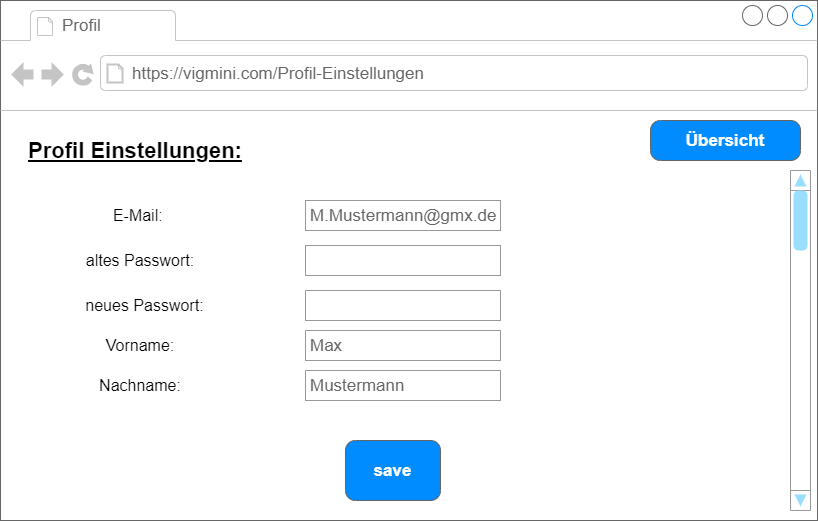
Earlier version of the draw.io export Dokumente/Rescourcen/Mockups/Acc-Einstellungen.png (Pixelherz23/V.I.G-Mini). Source tidied: cells renumbered, new cells last; positions are measured from the earlier drawing's top-left corner, leaving out a move shared by most shapes.
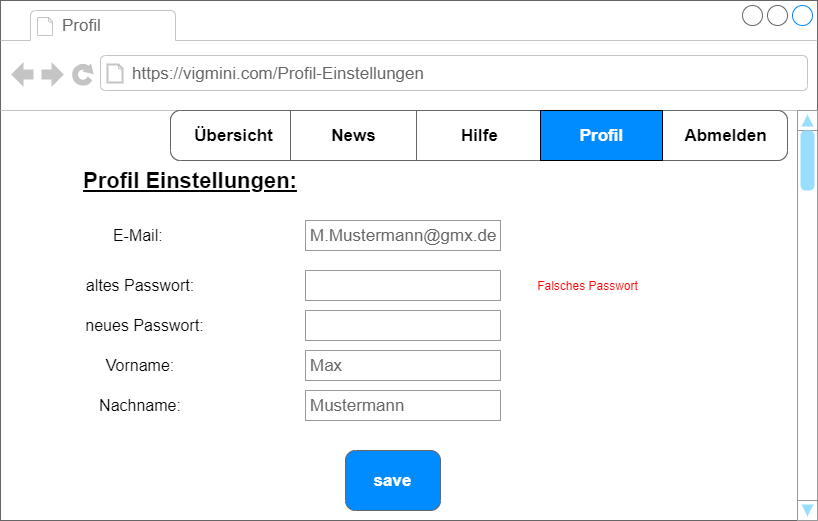
The same file after the commit.

What changed in the source:
```diff
@@ -11,56 +11,73 @@
     <mxCell id="4" value="https://vigmini.com/Profil-Einstellungen" style="strokeWidth=1;shadow=0;dashed=0;align=center;html=1;shape=mxgraph.mockup.containers.anchor;rSize=0;fontSize=17;fontColor=#666666;align=left;" parent="2" vertex="1">
       <mxGeometry x="130" y="60" width="250" height="26" as="geometry" />
     </mxCell>
-    <mxCell id="5" value="Übersicht" style="strokeWidth=1;shadow=0;dashed=0;align=center;html=1;shape=mxgraph.mockup.buttons.button;strokeColor=#666666;fontColor=#ffffff;mainText=;buttonStyle=round;fontSize=17;fontStyle=1;fillColor=#008cff;whiteSpace=wrap;" parent="2" vertex="1">
-      <mxGeometry x="650" y="120" width="150" height="40" as="geometry" />
-    </mxCell>
     <mxCell id="6" style="verticalLabelPosition=bottom;shadow=0;dashed=0;align=center;html=1;verticalAlign=top;strokeWidth=1;shape=mxgraph.mockup.navigation.scrollBar;strokeColor=#999999;barPos=100;fillColor2=#99ddff;strokeColor2=none;direction=north;fontSize=16;" parent="2" vertex="1">
-      <mxGeometry x="790" y="170" width="20" height="340" as="geometry" />
+      <mxGeometry x="797" y="110" width="20" height="410" as="geometry" />
     </mxCell>
     <mxCell id="7" value="&lt;font style=&quot;font-size: 22px&quot;&gt;&lt;b&gt;&lt;u&gt;Profil Einstellungen:&lt;/u&gt;&lt;/b&gt;&lt;/font&gt;" style="text;html=1;strokeColor=none;fillColor=none;align=center;verticalAlign=middle;whiteSpace=wrap;rounded=0;fontSize=16;" parent="2" vertex="1">
-      <mxGeometry x="20" y="140" width="230" height="20" as="geometry" />
+      <mxGeometry x="75" y="170" width="230" height="20" as="geometry" />
     </mxCell>
     <mxCell id="8" value="save" style="strokeWidth=1;shadow=0;dashed=0;align=center;html=1;shape=mxgraph.mockup.buttons.button;strokeColor=#666666;fontColor=#ffffff;mainText=;buttonStyle=round;fontSize=17;fontStyle=1;fillColor=#008cff;whiteSpace=wrap;" parent="2" vertex="1">
-      <mxGeometry x="345" y="440" width="95" height="60" as="geometry" />
+      <mxGeometry x="345" y="450" width="95" height="60" as="geometry" />
     </mxCell>
     <mxCell id="9" value="E-Mail:&amp;nbsp;" style="text;html=1;strokeColor=none;fillColor=none;align=center;verticalAlign=middle;whiteSpace=wrap;rounded=0;fontSize=16;" parent="2" vertex="1">
-      <mxGeometry x="60" y="200" width="160" height="30" as="geometry" />
+      <mxGeometry x="60" y="220" width="160" height="30" as="geometry" />
     </mxCell>
     <mxCell id="10" value="altes Passwort:" style="text;html=1;strokeColor=none;fillColor=none;align=center;verticalAlign=middle;whiteSpace=wrap;rounded=0;fontSize=16;" parent="2" vertex="1">
-      <mxGeometry x="60" y="245" width="160" height="30" as="geometry" />
+      <mxGeometry x="60" y="270" width="160" height="30" as="geometry" />
     </mxCell>
     <mxCell id="11" value="&amp;nbsp; neues Passwort:" style="text;html=1;strokeColor=none;fillColor=none;align=center;verticalAlign=middle;whiteSpace=wrap;rounded=0;fontSize=16;" parent="2" vertex="1">
-      <mxGeometry x="60" y="290" width="160" height="30" as="geometry" />
+      <mxGeometry x="60" y="310" width="160" height="30" as="geometry" />
     </mxCell>
     <mxCell id="12" value="Vorname:" style="text;html=1;strokeColor=none;fillColor=none;align=center;verticalAlign=middle;whiteSpace=wrap;rounded=0;fontSize=16;" parent="2" vertex="1">
-      <mxGeometry x="60" y="330" width="160" height="30" as="geometry" />
+      <mxGeometry x="60" y="350" width="160" height="30" as="geometry" />
     </mxCell>
-    <mxCell id="13" value="&lt;span style=&quot;color: rgba(0 , 0 , 0 , 0) ; font-family: monospace ; font-size: 0px&quot;&gt;%3CmxGraphModel%3E%3Croot%3E%3CmxCell%20id%3D%220%22%2F%3E%3CmxCell%20id%3D%221%22%20parent%3D%220%22%2F%3E%3CmxCell%20id%3D%222%22%20value%3D%22save%22%20style%3D%22strokeWidth%3D1%3Bshadow%3D0%3Bdashed%3D0%3Balign%3Dcenter%3Bhtml%3D1%3Bshape%3Dmxgraph.mockup.buttons.button%3BstrokeColor%3D%23666666%3BfontColor%3D%23ffffff%3BmainText%3D%3BbuttonStyle%3Dround%3BfontSize%3D17%3BfontStyle%3D1%3BfillColor%3D%23008cff%3BwhiteSpace%3Dwrap%3B%22%20vertex%3D%221%22%20parent%3D%221%22%3E%3CmxGeometry%20x%3D%22640%22%20y%3D%22290%22%20width%3D%2270%22%20height%3D%2230%22%20as%3D%22geometry%22%2F%3E%3C%2FmxCell%3E%3C%2Froot%3E%3C%2FmxGraphModel%3E&lt;/span&gt;" style="strokeWidth=1;shadow=0;dashed=0;align=center;html=1;shape=mxgraph.mockup.forms.pwField;strokeColor=#999999;mainText=;align=left;fontColor=#666666;fontSize=17;spacingLeft=3;" parent="2" vertex="1">
-      <mxGeometry x="305" y="290" width="185" height="30" as="geometry" />
-    </mxCell>
     <mxCell id="14" value="Max" style="strokeWidth=1;shadow=0;dashed=0;align=center;html=1;shape=mxgraph.mockup.forms.pwField;strokeColor=#999999;mainText=;align=left;fontColor=#666666;fontSize=17;spacingLeft=3;" parent="2" vertex="1">
-      <mxGeometry x="305" y="330" width="195" height="30" as="geometry" />
+      <mxGeometry x="305" y="350" width="195" height="30" as="geometry" />
     </mxCell>
-    <mxCell id="15" value="&lt;span style=&quot;color: rgba(0 , 0 , 0 , 0) ; font-family: monospace ; font-size: 0px&quot;&gt;%3CmxGraphModel%3E%3Croot%3E%3CmxCell%20id%3D%220%22%2F%3E%3CmxCell%20id%3D%221%22%20parent%3D%220%22%2F%3E%3CmxCell%20id%3D%222%22%20value%3D%22save%22%20style%3D%22strokeWidth%3D1%3Bshadow%3D0%3Bdashed%3D0%3Balign%3Dcenter%3Bhtml%3D1%3Bshape%3Dmxgraph.mockup.buttons.button%3BstrokeColor%3D%23666666%3BfontColor%3D%23ffffff%3BmainText%3D%3BbuttonStyle%3Dround%3BfontSize%3D17%3BfontStyle%3D1%3BfillColor%3D%23008cff%3BwhiteSpace%3Dwrap%3B%22%20vertex%3D%221%22%20parent%3D%221%22%3E%3CmxGeometry%20x%3D%22640%22%20y%3D%22290%22%20width%3D%2270%22%20height%3D%2230%22%20as%3D%22geometry%22%2F%3E%3C%2FmxCell%3E%3C%2Froot%3E%3C%2FmxGraphModel%3E&lt;/span&gt;" style="strokeWidth=1;shadow=0;dashed=0;align=center;html=1;shape=mxgraph.mockup.forms.pwField;strokeColor=#999999;mainText=;align=left;fontColor=#666666;fontSize=17;spacingLeft=3;" parent="2" vertex="1">
-      <mxGeometry x="305" y="245" width="185" height="30" as="geometry" />
-    </mxCell>
-    <mxCell id="16" value="&lt;span style=&quot;color: rgba(0 , 0 , 0 , 0) ; font-family: monospace ; font-size: 0px&quot;&gt;M&lt;/span&gt;" style="strokeWidth=1;shadow=0;dashed=0;align=center;html=1;shape=mxgraph.mockup.forms.pwField;strokeColor=#999999;mainText=;align=left;fontColor=#666666;fontSize=17;spacingLeft=3;" parent="2" vertex="1">
-      <mxGeometry x="305" y="200" width="185" height="30" as="geometry" />
-    </mxCell>
     <mxCell id="17" value="M.Mustermann@gmx.de" style="strokeWidth=1;shadow=0;dashed=0;align=center;html=1;shape=mxgraph.mockup.forms.pwField;strokeColor=#999999;mainText=;align=left;fontColor=#666666;fontSize=17;spacingLeft=3;" parent="2" vertex="1">
-      <mxGeometry x="305" y="200" width="195" height="30" as="geometry" />
+      <mxGeometry x="305" y="220" width="195" height="30" as="geometry" />
     </mxCell>
     <mxCell id="18" style="strokeWidth=1;shadow=0;dashed=0;align=center;html=1;shape=mxgraph.mockup.forms.pwField;strokeColor=#999999;mainText=;align=left;fontColor=#666666;fontSize=17;spacingLeft=3;" parent="2" vertex="1">
-      <mxGeometry x="305" y="245" width="195" height="30" as="geometry" />
+      <mxGeometry x="305" y="270" width="195" height="30" as="geometry" />
     </mxCell>
     <mxCell id="19" style="strokeWidth=1;shadow=0;dashed=0;align=center;html=1;shape=mxgraph.mockup.forms.pwField;strokeColor=#999999;mainText=;align=left;fontColor=#666666;fontSize=17;spacingLeft=3;" parent="2" vertex="1">
-      <mxGeometry x="305" y="290" width="195" height="30" as="geometry" />
+      <mxGeometry x="305" y="310" width="195" height="30" as="geometry" />
     </mxCell>
     <mxCell id="20" value="Nachname:" style="text;html=1;strokeColor=none;fillColor=none;align=center;verticalAlign=middle;whiteSpace=wrap;rounded=0;fontSize=16;" parent="2" vertex="1">
-      <mxGeometry x="60" y="370" width="160" height="30" as="geometry" />
+      <mxGeometry x="60" y="390" width="160" height="30" as="geometry" />
     </mxCell>
     <mxCell id="21" value="Mustermann" style="strokeWidth=1;shadow=0;dashed=0;align=center;html=1;shape=mxgraph.mockup.forms.pwField;strokeColor=#999999;mainText=;align=left;fontColor=#666666;fontSize=17;spacingLeft=3;" parent="2" vertex="1">
-      <mxGeometry x="305" y="370" width="195" height="30" as="geometry" />
+      <mxGeometry x="305" y="390" width="195" height="30" as="geometry" />
     </mxCell>
+    <mxCell id="22" value="&lt;font color=&quot;#ff0000&quot;&gt;Falsches Passwort&lt;/font&gt;" style="text;html=1;strokeColor=none;fillColor=none;align=center;verticalAlign=middle;whiteSpace=wrap;rounded=0;" parent="2" vertex="1">
+      <mxGeometry x="515" y="275" width="145" height="20" as="geometry" />
+    </mxCell>
+    <mxCell id="23" style="strokeWidth=1;shadow=0;dashed=0;align=center;html=1;shape=mxgraph.mockup.rrect;rSize=10;fillColor=#ffffff;strokeColor=#666666;" parent="2" vertex="1">
+      <mxGeometry x="170" y="110" width="617" height="50" as="geometry" />
+    </mxCell>
+    <mxCell id="24" value="&lt;font color=&quot;#000000&quot;&gt;Hilfe&lt;/font&gt;" style="strokeColor=inherit;fillColor=inherit;gradientColor=inherit;strokeWidth=1;shadow=0;dashed=0;align=center;html=1;shape=mxgraph.mockup.rrect;rSize=0;fontSize=17;fontColor=#666666;fontStyle=1;" parent="23" vertex="1">
+      <mxGeometry width="125" height="50" relative="1" as="geometry">
+        <mxPoint x="246" as="offset" />
+      </mxGeometry>
+    </mxCell>
+    <mxCell id="25" value="&lt;font color=&quot;#000000&quot;&gt;Abmelden&lt;/font&gt;" style="strokeColor=inherit;fillColor=inherit;gradientColor=inherit;strokeWidth=1;shadow=0;dashed=0;align=center;html=1;shape=mxgraph.mockup.rightButton;rSize=10;fontSize=17;fontColor=#666666;fontStyle=1;" parent="23" vertex="1">
+      <mxGeometry x="1" width="125" height="50" relative="1" as="geometry">
+        <mxPoint x="-125" as="offset" />
+      </mxGeometry>
+    </mxCell>
+    <mxCell id="5" value="&lt;font color=&quot;#000000&quot;&gt;Übersicht&lt;/font&gt;" style="strokeWidth=1;shadow=0;dashed=0;align=center;html=1;shape=mxgraph.mockup.leftButton;rSize=10;fontSize=17;fontColor=#ffffff;fontStyle=1;strokeColor=#666666;fillColor=#FFFFFF;" parent="23" vertex="1">
+      <mxGeometry width="125" height="50" relative="1" as="geometry" />
+    </mxCell>
+    <mxCell id="26" value="&lt;font color=&quot;#000000&quot;&gt;News&lt;/font&gt;" style="strokeColor=inherit;fillColor=inherit;gradientColor=inherit;strokeWidth=1;shadow=0;dashed=0;align=center;html=1;shape=mxgraph.mockup.rrect;rSize=0;fontSize=17;fontColor=#666666;fontStyle=1;" parent="23" vertex="1">
+      <mxGeometry width="126" height="50" relative="1" as="geometry">
+        <mxPoint x="120" as="offset" />
+      </mxGeometry>
+    </mxCell>
+    <mxCell id="27" value="&lt;font color=&quot;#ffffff&quot;&gt;Profil&lt;/font&gt;" style="strokeWidth=1;shadow=0;dashed=0;align=center;html=1;shape=mxgraph.mockup.rrect;rSize=0;fontSize=17;fontStyle=1;fillColor=#008CFF;" parent="2" vertex="1">
+      <mxGeometry width="122" height="50" relative="1" as="geometry">
+        <mxPoint x="540" y="110" as="offset" />
+      </mxGeometry>
+    </mxCell>
   </root>
 </mxGraphModel>
```
